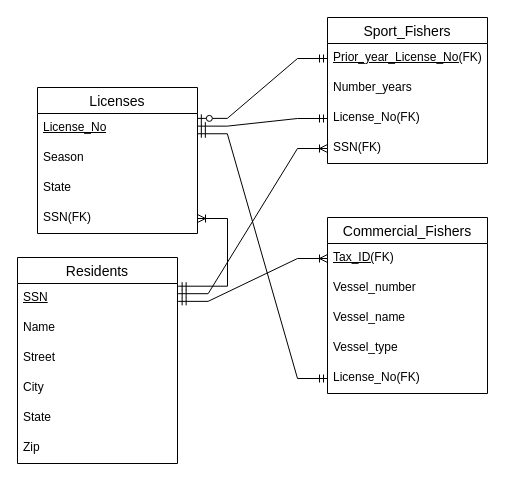
Before: foruseby1.drawio in snvnn/taba6-21, a draw.io diagram. Source tidied: cells renumbered, new cells numbered last; positions are measured from the earlier drawing's top-left corner, leaving out a move shared by most shapes. Both pictures are drawn from the tidied source at 100%, with x=0, y=0 at pixel (-23, -113).
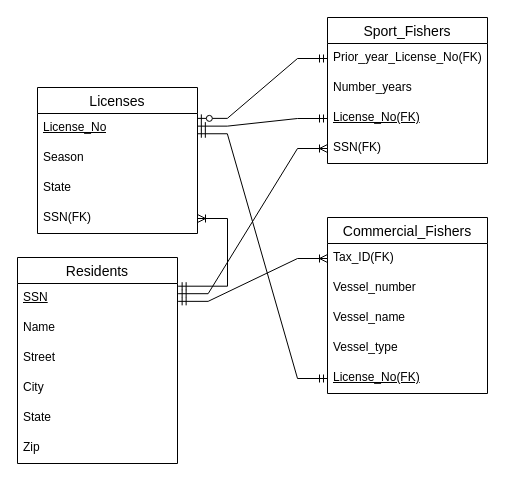
After the change.

Unchanged cells that the change refers to:
```xml
<mxCell id="14" value="Sport_Fishers" style="swimlane;fontStyle=0;horizontal=1;startSize=26;align=center;fontSize=14;" parent="1" vertex="1">
  <mxGeometry x="350" y="130" width="160" height="146" as="geometry" />
</mxCell>
<mxCell id="19" value="Commercial_Fishers" style="swimlane;fontStyle=0;horizontal=1;startSize=26;align=center;fontSize=14;" parent="1" vertex="1">
  <mxGeometry x="350" y="330" width="160" height="176" as="geometry" />
</mxCell>
```

Diff of the diagram source:
```diff
@@
-    <mxCell id="15" value="&lt;u&gt;Prior_year_License_No(&lt;/u&gt;FK)" style="text;strokeColor=none;fillColor=none;spacingLeft=4;spacingRight=4;overflow=hidden;points=[[0,0.5],[1,0.5]];portConstraint=eastwest;fontSize=12;whiteSpace=wrap;html=1;" parent="14" vertex="1">
+    <mxCell id="15" value="Prior_year_License_No(FK)" style="text;strokeColor=none;fillColor=none;spacingLeft=4;spacingRight=4;overflow=hidden;points=[[0,0.5],[1,0.5]];portConstraint=eastwest;fontSize=12;whiteSpace=wrap;html=1;" parent="14" vertex="1">
       <mxGeometry y="26" width="160" height="30" as="geometry" />
     </mxCell>
@@
-    <mxCell id="17" value="License_No(FK)" style="text;strokeColor=none;fillColor=none;spacingLeft=4;spacingRight=4;overflow=hidden;points=[[0,0.5],[1,0.5]];portConstraint=eastwest;fontSize=12;whiteSpace=wrap;html=1;" parent="14" vertex="1">
+    <mxCell id="17" value="&lt;u&gt;License_No(FK)&lt;/u&gt;" style="text;strokeColor=none;fillColor=none;spacingLeft=4;spacingRight=4;overflow=hidden;points=[[0,0.5],[1,0.5]];portConstraint=eastwest;fontSize=12;whiteSpace=wrap;html=1;" parent="14" vertex="1">
       <mxGeometry y="86" width="160" height="30" as="geometry" />
     </mxCell>
@@
-    <mxCell id="20" value="&lt;u&gt;Tax_ID(&lt;/u&gt;FK)" style="text;strokeColor=none;fillColor=none;spacingLeft=4;spacingRight=4;overflow=hidden;points=[[0,0.5],[1,0.5]];portConstraint=eastwest;fontSize=12;whiteSpace=wrap;html=1;" parent="19" vertex="1">
+    <mxCell id="20" value="Tax_ID(FK)" style="text;strokeColor=none;fillColor=none;spacingLeft=4;spacingRight=4;overflow=hidden;points=[[0,0.5],[1,0.5]];portConstraint=eastwest;fontSize=12;whiteSpace=wrap;html=1;" parent="19" vertex="1">
       <mxGeometry y="26" width="160" height="30" as="geometry" />
     </mxCell>
@@
-    <mxCell id="24" value="License_No(FK)" style="text;strokeColor=none;fillColor=none;spacingLeft=4;spacingRight=4;overflow=hidden;points=[[0,0.5],[1,0.5]];portConstraint=eastwest;fontSize=12;whiteSpace=wrap;html=1;" parent="19" vertex="1">
+    <mxCell id="24" value="&lt;u&gt;License_No(FK)&lt;/u&gt;" style="text;strokeColor=none;fillColor=none;spacingLeft=4;spacingRight=4;overflow=hidden;points=[[0,0.5],[1,0.5]];portConstraint=eastwest;fontSize=12;whiteSpace=wrap;html=1;" parent="19" vertex="1">
       <mxGeometry y="146" width="160" height="30" as="geometry" />
     </mxCell>
```
